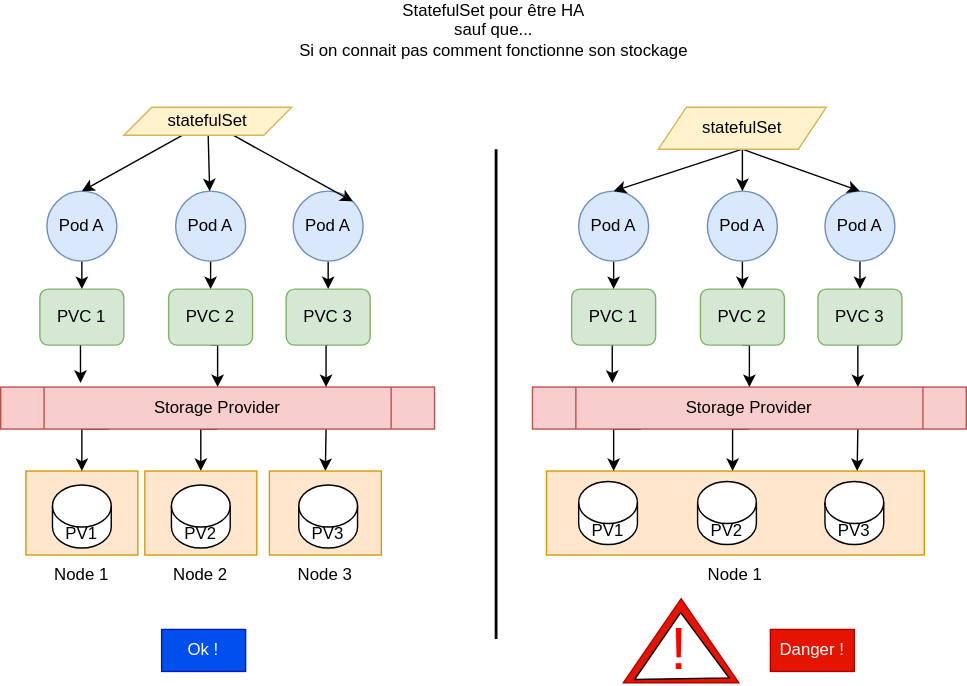
Before: images/storage-ha.svg, a diagram exported from draw.io (obeyler/Formation-K8S). Source tidied: cells renumbered, new cells last; positions are measured from the earlier drawing's top-left corner, leaving out a move shared by most shapes.
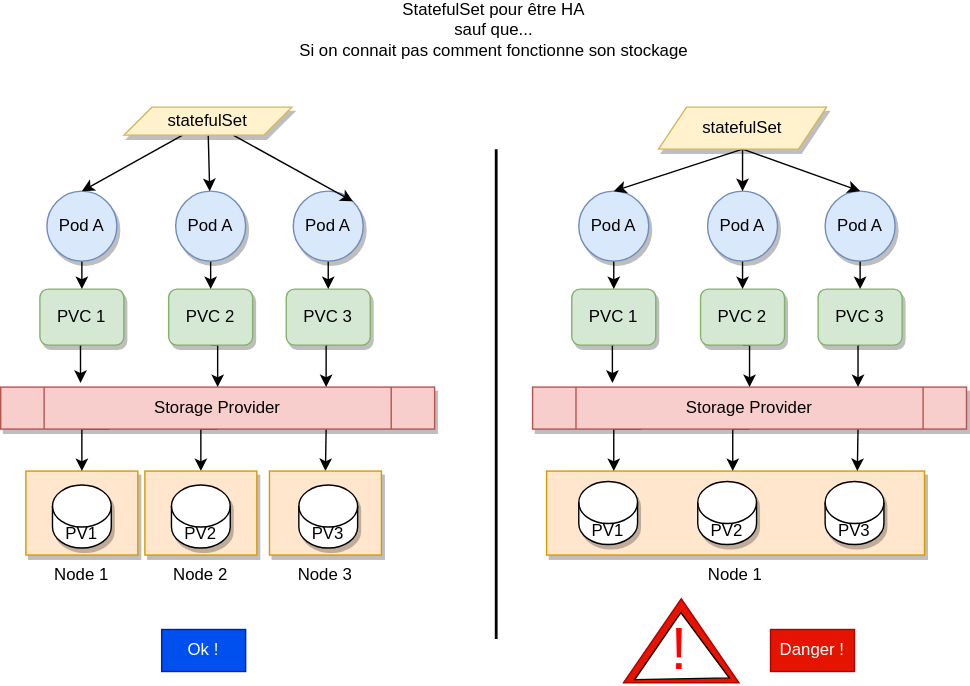
After the change.

Change to the diagram source:
```diff
@@ -2,13 +2,13 @@
   <root>
     <mxCell id="0" />
     <mxCell id="1" parent="0" />
-    <mxCell id="2" value="Node 1" style="rounded=0;whiteSpace=wrap;html=1;labelPosition=center;verticalLabelPosition=bottom;align=center;verticalAlign=top;fillColor=#ffe6cc;strokeColor=#d79b00;" parent="1" vertex="1">
+    <mxCell id="2" value="Node 1" style="rounded=0;whiteSpace=wrap;html=1;labelPosition=center;verticalLabelPosition=bottom;align=center;verticalAlign=top;fillColor=#ffe6cc;strokeColor=#d79b00;shadow=1;" parent="1" vertex="1">
       <mxGeometry x="18" y="330" width="80" height="60" as="geometry" />
     </mxCell>
     <mxCell id="3" style="edgeStyle=orthogonalEdgeStyle;rounded=0;jettySize=auto;html=1;exitX=0.5;exitY=1;exitDx=0;exitDy=0;entryX=0.184;entryY=-0.1;entryDx=0;entryDy=0;entryPerimeter=0;" parent="1" edge="1" source="4" target="8">
       <mxGeometry relative="1" as="geometry" />
     </mxCell>
-    <mxCell id="4" value="PVC 1" style="rounded=1;whiteSpace=wrap;html=1;fillColor=#d5e8d4;strokeColor=#82b366;" parent="1" vertex="1">
+    <mxCell id="4" value="PVC 1" style="rounded=1;whiteSpace=wrap;html=1;fillColor=#d5e8d4;strokeColor=#82b366;shadow=1;" parent="1" vertex="1">
       <mxGeometry x="28" y="200" width="60" height="40" as="geometry" />
     </mxCell>
     <mxCell id="5" style="edgeStyle=orthogonalEdgeStyle;rounded=0;jettySize=auto;html=1;exitX=0.25;exitY=1;exitDx=0;exitDy=0;" parent="1" edge="1" source="8" target="2">
@@ -24,52 +24,52 @@
     <mxCell id="7" style="edgeStyle=orthogonalEdgeStyle;rounded=0;jettySize=auto;html=1;exitX=0.75;exitY=1;exitDx=0;exitDy=0;entryX=0.5;entryY=0;entryDx=0;entryDy=0;" parent="1" edge="1" source="8" target="20">
       <mxGeometry relative="1" as="geometry" />
     </mxCell>
-    <mxCell id="8" value="Storage Provider" style="shape=process;whiteSpace=wrap;html=1;backgroundOutline=1;fillColor=#f8cecc;strokeColor=#b85450;" parent="1" vertex="1">
+    <mxCell id="8" value="Storage Provider" style="shape=process;whiteSpace=wrap;html=1;backgroundOutline=1;fillColor=#f8cecc;strokeColor=#b85450;shadow=1;" parent="1" vertex="1">
       <mxGeometry y="270" width="310" height="30" as="geometry" />
     </mxCell>
     <mxCell id="9" style="edgeStyle=orthogonalEdgeStyle;rounded=0;jettySize=auto;html=1;exitX=0.5;exitY=1;exitDx=0;exitDy=0;entryX=0.5;entryY=0;entryDx=0;entryDy=0;" parent="1" edge="1" source="10" target="4">
       <mxGeometry relative="1" as="geometry" />
     </mxCell>
-    <mxCell id="10" value="Pod A" style="ellipse;whiteSpace=wrap;html=1;fillColor=#dae8fc;strokeColor=#6c8ebf;" parent="1" vertex="1">
+    <mxCell id="10" value="Pod A" style="ellipse;whiteSpace=wrap;html=1;fillColor=#dae8fc;strokeColor=#6c8ebf;shadow=1;" parent="1" vertex="1">
       <mxGeometry x="33" y="130" width="50" height="50" as="geometry" />
     </mxCell>
     <mxCell id="11" style="edgeStyle=orthogonalEdgeStyle;rounded=0;jettySize=auto;html=1;exitX=0.5;exitY=1;exitDx=0;exitDy=0;entryX=0.5;entryY=0;entryDx=0;entryDy=0;" parent="1" edge="1" source="12" target="8">
       <mxGeometry relative="1" as="geometry" />
     </mxCell>
-    <mxCell id="12" value="PVC 2" style="rounded=1;whiteSpace=wrap;html=1;fillColor=#d5e8d4;strokeColor=#82b366;" parent="1" vertex="1">
+    <mxCell id="12" value="PVC 2" style="rounded=1;whiteSpace=wrap;html=1;fillColor=#d5e8d4;strokeColor=#82b366;shadow=1;" parent="1" vertex="1">
       <mxGeometry x="120" y="200" width="60" height="40" as="geometry" />
     </mxCell>
     <mxCell id="13" style="edgeStyle=orthogonalEdgeStyle;rounded=0;jettySize=auto;html=1;exitX=0.5;exitY=1;exitDx=0;exitDy=0;entryX=0.5;entryY=0;entryDx=0;entryDy=0;" parent="1" edge="1" source="14" target="12">
       <mxGeometry relative="1" as="geometry" />
     </mxCell>
-    <mxCell id="14" value="Pod A" style="ellipse;whiteSpace=wrap;html=1;fillColor=#dae8fc;strokeColor=#6c8ebf;" parent="1" vertex="1">
+    <mxCell id="14" value="Pod A" style="ellipse;whiteSpace=wrap;html=1;fillColor=#dae8fc;strokeColor=#6c8ebf;shadow=1;" parent="1" vertex="1">
       <mxGeometry x="125" y="130" width="50" height="50" as="geometry" />
     </mxCell>
     <mxCell id="15" style="edgeStyle=orthogonalEdgeStyle;rounded=0;jettySize=auto;html=1;exitX=0.5;exitY=1;exitDx=0;exitDy=0;entryX=0.75;entryY=0;entryDx=0;entryDy=0;" parent="1" edge="1" source="16" target="8">
       <mxGeometry relative="1" as="geometry" />
     </mxCell>
-    <mxCell id="16" value="PVC 3" style="rounded=1;whiteSpace=wrap;html=1;fillColor=#d5e8d4;strokeColor=#82b366;" parent="1" vertex="1">
+    <mxCell id="16" value="PVC 3" style="rounded=1;whiteSpace=wrap;html=1;fillColor=#d5e8d4;strokeColor=#82b366;shadow=1;" parent="1" vertex="1">
       <mxGeometry x="204" y="200" width="60" height="40" as="geometry" />
     </mxCell>
     <mxCell id="17" style="edgeStyle=orthogonalEdgeStyle;rounded=0;jettySize=auto;html=1;exitX=0.5;exitY=1;exitDx=0;exitDy=0;entryX=0.5;entryY=0;entryDx=0;entryDy=0;" parent="1" edge="1" source="18" target="16">
       <mxGeometry relative="1" as="geometry" />
     </mxCell>
-    <mxCell id="18" value="Pod A" style="ellipse;whiteSpace=wrap;html=1;fillColor=#dae8fc;strokeColor=#6c8ebf;" parent="1" vertex="1">
+    <mxCell id="18" value="Pod A" style="ellipse;whiteSpace=wrap;html=1;fillColor=#dae8fc;strokeColor=#6c8ebf;shadow=1;" parent="1" vertex="1">
       <mxGeometry x="209" y="130" width="50" height="50" as="geometry" />
     </mxCell>
-    <mxCell id="19" value="Node 2" style="rounded=0;whiteSpace=wrap;html=1;labelPosition=center;verticalLabelPosition=bottom;align=center;verticalAlign=top;fillColor=#ffe6cc;strokeColor=#d79b00;" parent="1" vertex="1">
+    <mxCell id="19" value="Node 2" style="rounded=0;whiteSpace=wrap;html=1;labelPosition=center;verticalLabelPosition=bottom;align=center;verticalAlign=top;fillColor=#ffe6cc;strokeColor=#d79b00;shadow=1;" parent="1" vertex="1">
       <mxGeometry x="103" y="330" width="80" height="60" as="geometry" />
     </mxCell>
-    <mxCell id="20" value="Node 3" style="rounded=0;whiteSpace=wrap;html=1;labelPosition=center;verticalLabelPosition=bottom;align=center;verticalAlign=top;fillColor=#ffe6cc;strokeColor=#d79b00;" parent="1" vertex="1">
+    <mxCell id="20" value="Node 3" style="rounded=0;whiteSpace=wrap;html=1;labelPosition=center;verticalLabelPosition=bottom;align=center;verticalAlign=top;fillColor=#ffe6cc;strokeColor=#d79b00;shadow=1;" parent="1" vertex="1">
       <mxGeometry x="192" y="330" width="80" height="60" as="geometry" />
     </mxCell>
-    <mxCell id="21" value="Node 1" style="rounded=0;whiteSpace=wrap;html=1;labelPosition=center;verticalLabelPosition=bottom;align=center;verticalAlign=top;fillColor=#ffe6cc;strokeColor=#d79b00;" parent="1" vertex="1">
+    <mxCell id="21" value="Node 1" style="rounded=0;whiteSpace=wrap;html=1;labelPosition=center;verticalLabelPosition=bottom;align=center;verticalAlign=top;fillColor=#ffe6cc;strokeColor=#d79b00;shadow=1;" parent="1" vertex="1">
       <mxGeometry x="390" y="330" width="270" height="60" as="geometry" />
     </mxCell>
     <mxCell id="22" style="edgeStyle=orthogonalEdgeStyle;rounded=0;jettySize=auto;html=1;exitX=0.5;exitY=1;exitDx=0;exitDy=0;entryX=0.184;entryY=-0.1;entryDx=0;entryDy=0;entryPerimeter=0;" parent="1" edge="1" source="23" target="27">
       <mxGeometry relative="1" as="geometry" />
     </mxCell>
-    <mxCell id="23" value="PVC 1" style="rounded=1;whiteSpace=wrap;html=1;fillColor=#d5e8d4;strokeColor=#82b366;" parent="1" vertex="1">
+    <mxCell id="23" value="PVC 1" style="rounded=1;whiteSpace=wrap;html=1;fillColor=#d5e8d4;strokeColor=#82b366;shadow=1;" parent="1" vertex="1">
       <mxGeometry x="408" y="200" width="60" height="40" as="geometry" />
     </mxCell>
     <mxCell id="24" style="edgeStyle=orthogonalEdgeStyle;rounded=0;jettySize=auto;html=1;exitX=0.25;exitY=1;exitDx=0;exitDy=0;" parent="1" edge="1" source="27" target="21">
@@ -89,55 +89,55 @@
         <mxPoint x="612" y="330" as="targetPoint" />
       </mxGeometry>
     </mxCell>
-    <mxCell id="27" value="Storage Provider" style="shape=process;whiteSpace=wrap;html=1;backgroundOutline=1;fillColor=#f8cecc;strokeColor=#b85450;" parent="1" vertex="1">
+    <mxCell id="27" value="Storage Provider" style="shape=process;whiteSpace=wrap;html=1;backgroundOutline=1;fillColor=#f8cecc;strokeColor=#b85450;shadow=1;" parent="1" vertex="1">
       <mxGeometry x="380" y="270" width="310" height="30" as="geometry" />
     </mxCell>
     <mxCell id="28" style="edgeStyle=orthogonalEdgeStyle;rounded=0;jettySize=auto;html=1;exitX=0.5;exitY=1;exitDx=0;exitDy=0;entryX=0.5;entryY=0;entryDx=0;entryDy=0;" parent="1" edge="1" source="29" target="23">
       <mxGeometry relative="1" as="geometry" />
     </mxCell>
-    <mxCell id="29" value="Pod A" style="ellipse;whiteSpace=wrap;html=1;fillColor=#dae8fc;strokeColor=#6c8ebf;" parent="1" vertex="1">
+    <mxCell id="29" value="Pod A" style="ellipse;whiteSpace=wrap;html=1;fillColor=#dae8fc;strokeColor=#6c8ebf;shadow=1;" parent="1" vertex="1">
       <mxGeometry x="413" y="130" width="50" height="50" as="geometry" />
     </mxCell>
     <mxCell id="30" style="edgeStyle=orthogonalEdgeStyle;rounded=0;jettySize=auto;html=1;exitX=0.5;exitY=1;exitDx=0;exitDy=0;entryX=0.5;entryY=0;entryDx=0;entryDy=0;" parent="1" edge="1" source="31" target="27">
       <mxGeometry relative="1" as="geometry" />
     </mxCell>
-    <mxCell id="31" value="PVC 2" style="rounded=1;whiteSpace=wrap;html=1;fillColor=#d5e8d4;strokeColor=#82b366;" parent="1" vertex="1">
+    <mxCell id="31" value="PVC 2" style="rounded=1;whiteSpace=wrap;html=1;fillColor=#d5e8d4;strokeColor=#82b366;shadow=1;" parent="1" vertex="1">
       <mxGeometry x="500" y="200" width="60" height="40" as="geometry" />
     </mxCell>
     <mxCell id="32" style="edgeStyle=orthogonalEdgeStyle;rounded=0;jettySize=auto;html=1;exitX=0.5;exitY=1;exitDx=0;exitDy=0;entryX=0.5;entryY=0;entryDx=0;entryDy=0;" parent="1" edge="1" source="33" target="31">
       <mxGeometry relative="1" as="geometry" />
     </mxCell>
-    <mxCell id="33" value="Pod A" style="ellipse;whiteSpace=wrap;html=1;fillColor=#dae8fc;strokeColor=#6c8ebf;" parent="1" vertex="1">
+    <mxCell id="33" value="Pod A" style="ellipse;whiteSpace=wrap;html=1;fillColor=#dae8fc;strokeColor=#6c8ebf;shadow=1;" parent="1" vertex="1">
       <mxGeometry x="505" y="130" width="50" height="50" as="geometry" />
     </mxCell>
     <mxCell id="34" style="edgeStyle=orthogonalEdgeStyle;rounded=0;jettySize=auto;html=1;exitX=0.5;exitY=1;exitDx=0;exitDy=0;entryX=0.75;entryY=0;entryDx=0;entryDy=0;" parent="1" edge="1" source="35" target="27">
       <mxGeometry relative="1" as="geometry" />
     </mxCell>
-    <mxCell id="35" value="PVC 3" style="rounded=1;whiteSpace=wrap;html=1;fillColor=#d5e8d4;strokeColor=#82b366;" parent="1" vertex="1">
+    <mxCell id="35" value="PVC 3" style="rounded=1;whiteSpace=wrap;html=1;fillColor=#d5e8d4;strokeColor=#82b366;shadow=1;" parent="1" vertex="1">
       <mxGeometry x="584" y="200" width="60" height="40" as="geometry" />
     </mxCell>
     <mxCell id="36" style="edgeStyle=orthogonalEdgeStyle;rounded=0;jettySize=auto;html=1;exitX=0.5;exitY=1;exitDx=0;exitDy=0;entryX=0.5;entryY=0;entryDx=0;entryDy=0;" parent="1" edge="1" source="37" target="35">
       <mxGeometry relative="1" as="geometry" />
     </mxCell>
-    <mxCell id="37" value="Pod A" style="ellipse;whiteSpace=wrap;html=1;fillColor=#dae8fc;strokeColor=#6c8ebf;" parent="1" vertex="1">
+    <mxCell id="37" value="Pod A" style="ellipse;whiteSpace=wrap;html=1;fillColor=#dae8fc;strokeColor=#6c8ebf;shadow=1;" parent="1" vertex="1">
       <mxGeometry x="589" y="130" width="50" height="50" as="geometry" />
     </mxCell>
-    <mxCell id="38" value="PV1" style="shape=cylinder3;whiteSpace=wrap;html=1;boundedLbl=1;backgroundOutline=1;size=15;" parent="1" vertex="1">
+    <mxCell id="38" value="PV1" style="shape=cylinder3;whiteSpace=wrap;html=1;boundedLbl=1;backgroundOutline=1;size=15;shadow=1;" parent="1" vertex="1">
       <mxGeometry x="37" y="340" width="42" height="45" as="geometry" />
     </mxCell>
-    <mxCell id="39" value="PV2" style="shape=cylinder3;whiteSpace=wrap;html=1;boundedLbl=1;backgroundOutline=1;size=15;" parent="1" vertex="1">
+    <mxCell id="39" value="PV2" style="shape=cylinder3;whiteSpace=wrap;html=1;boundedLbl=1;backgroundOutline=1;size=15;shadow=1;" parent="1" vertex="1">
       <mxGeometry x="122" y="340" width="42" height="45" as="geometry" />
     </mxCell>
-    <mxCell id="40" value="PV3" style="shape=cylinder3;whiteSpace=wrap;html=1;boundedLbl=1;backgroundOutline=1;size=15;" parent="1" vertex="1">
+    <mxCell id="40" value="PV3" style="shape=cylinder3;whiteSpace=wrap;html=1;boundedLbl=1;backgroundOutline=1;size=15;shadow=1;" parent="1" vertex="1">
       <mxGeometry x="213" y="340" width="42" height="45" as="geometry" />
     </mxCell>
-    <mxCell id="41" value="PV1" style="shape=cylinder3;whiteSpace=wrap;html=1;boundedLbl=1;backgroundOutline=1;size=15;" parent="1" vertex="1">
+    <mxCell id="41" value="PV1" style="shape=cylinder3;whiteSpace=wrap;html=1;boundedLbl=1;backgroundOutline=1;size=15;shadow=1;" parent="1" vertex="1">
       <mxGeometry x="413" y="337.5" width="42" height="45" as="geometry" />
     </mxCell>
-    <mxCell id="42" value="PV2" style="shape=cylinder3;whiteSpace=wrap;html=1;boundedLbl=1;backgroundOutline=1;size=15;" parent="1" vertex="1">
+    <mxCell id="42" value="PV2" style="shape=cylinder3;whiteSpace=wrap;html=1;boundedLbl=1;backgroundOutline=1;size=15;shadow=1;" parent="1" vertex="1">
       <mxGeometry x="498" y="337.5" width="42" height="45" as="geometry" />
     </mxCell>
-    <mxCell id="43" value="PV3" style="shape=cylinder3;whiteSpace=wrap;html=1;boundedLbl=1;backgroundOutline=1;size=15;" parent="1" vertex="1">
+    <mxCell id="43" value="PV3" style="shape=cylinder3;whiteSpace=wrap;html=1;boundedLbl=1;backgroundOutline=1;size=15;shadow=1;" parent="1" vertex="1">
       <mxGeometry x="589" y="337.5" width="42" height="45" as="geometry" />
     </mxCell>
     <mxCell id="44" style="triangle;whiteSpace=wrap;html=1;rotation=-90;fillColor=#e51400;strokeColor=#B20000;fontColor=#ffffff;" parent="1" vertex="1">
@@ -170,7 +170,7 @@
     <mxCell id="53" style="edgeStyle=none;rounded=0;jettySize=auto;html=1;entryX=1;entryY=0;entryDx=0;entryDy=0;" parent="1" edge="1" source="54" target="18">
       <mxGeometry relative="1" as="geometry" />
     </mxCell>
-    <mxCell id="54" value="statefulSet" style="shape=parallelogram;perimeter=parallelogramPerimeter;whiteSpace=wrap;html=1;fixedSize=1;fillColor=#fff2cc;strokeColor=#d6b656;" parent="1" vertex="1">
+    <mxCell id="54" value="statefulSet" style="shape=parallelogram;perimeter=parallelogramPerimeter;whiteSpace=wrap;html=1;fixedSize=1;fillColor=#fff2cc;strokeColor=#d6b656;shadow=1;" parent="1" vertex="1">
       <mxGeometry x="88" y="70" width="120" height="20" as="geometry" />
     </mxCell>
     <mxCell id="55" style="edgeStyle=none;rounded=0;jettySize=auto;html=1;exitX=0.5;exitY=1;exitDx=0;exitDy=0;entryX=0.5;entryY=0;entryDx=0;entryDy=0;" parent="1" edge="1" source="58" target="29">
@@ -182,7 +182,7 @@
     <mxCell id="57" style="edgeStyle=none;rounded=0;jettySize=auto;html=1;entryX=0.5;entryY=0;entryDx=0;entryDy=0;" parent="1" edge="1" source="58" target="33">
       <mxGeometry relative="1" as="geometry" />
     </mxCell>
-    <mxCell id="58" value="statefulSet" style="shape=parallelogram;perimeter=parallelogramPerimeter;whiteSpace=wrap;html=1;fixedSize=1;fillColor=#fff2cc;strokeColor=#d6b656;" parent="1" vertex="1">
+    <mxCell id="58" value="statefulSet" style="shape=parallelogram;perimeter=parallelogramPerimeter;whiteSpace=wrap;html=1;fixedSize=1;fillColor=#fff2cc;strokeColor=#d6b656;shadow=1;" parent="1" vertex="1">
       <mxGeometry x="470" y="70" width="120" height="30" as="geometry" />
     </mxCell>
   </root>
```
